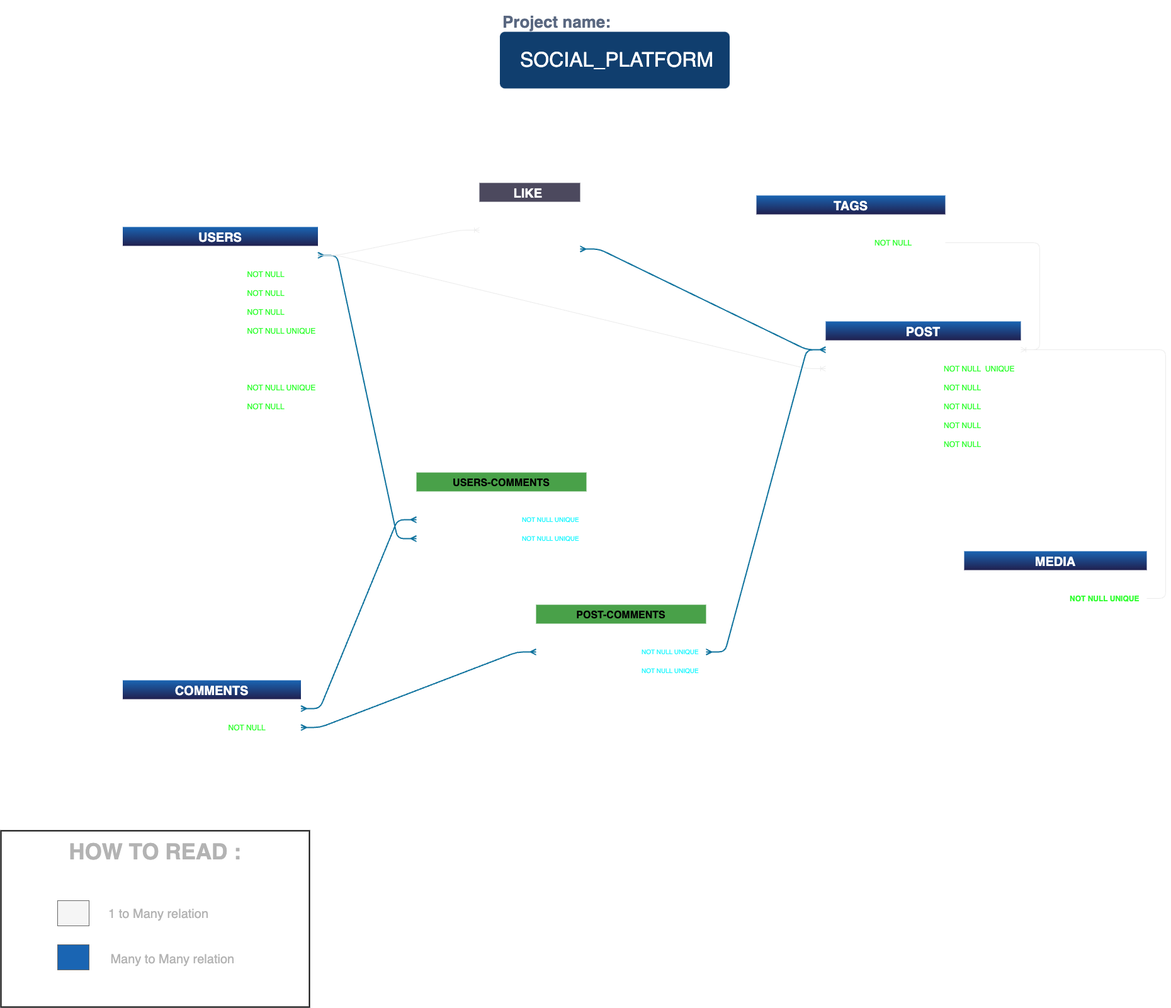
RaffaeleVallifuoco/social-platform keeps this draw.io diagram as er_diagram.drawio.png. Above is the earlier version. Source tidied: cells renumbered, new cells last; positions are measured from the earlier drawing's top-left corner, leaving out a move shared by most shapes.
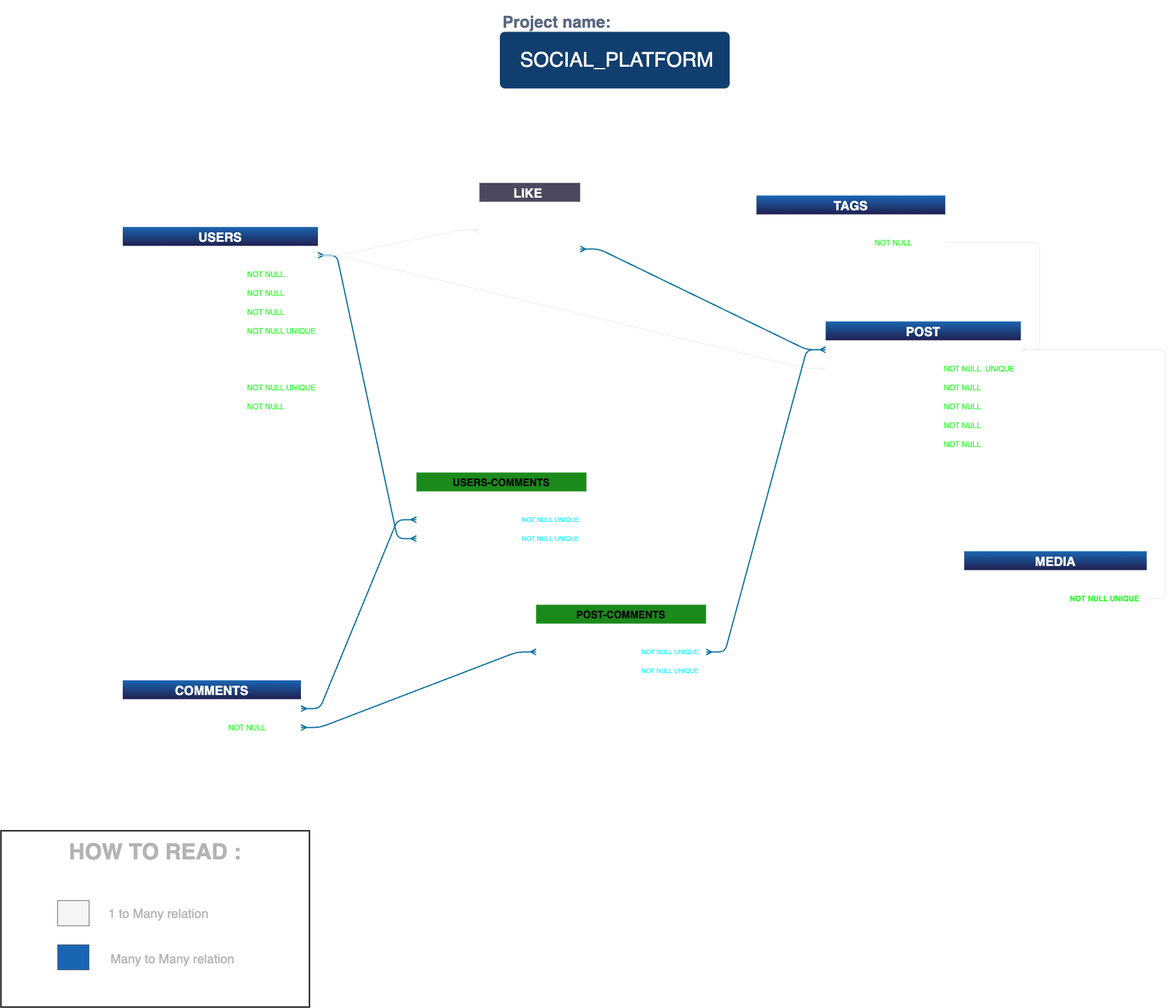
After the change.

Change to the diagram source:
```diff
@@ -8,7 +8,7 @@
     <mxCell id="3" value="&lt;font style=&quot;font-size: 32px;&quot;&gt;SOCIAL_PLATFORM&lt;/font&gt;" style="rounded=1;arcSize=9;fillColor=#103E6E;align=center;spacingLeft=5;strokeColor=#DEE1E6;html=1;strokeWidth=0;fontSize=12;fontColor=#FFFFFF;" parent="1" vertex="1">
       <mxGeometry x="792.5" y="50" width="365" height="90" as="geometry" />
     </mxCell>
-    <mxCell id="4" value="USERS" style="shape=table;startSize=30;rowLines=0;fontStyle=1;align=center;fontSize=20;fontColor=#FFFFFF;fillColor=#1A65B3;gradientColor=#20204F;gradientDirection=south;strokeColor=none;" parent="1" vertex="1">
+    <mxCell id="4" value="USERS" style="shape=table;startSize=30;rowLines=0;fontStyle=1;align=center;fontSize=20;fontColor=#FFFFFF;fillColor=#1A65B3;gradientColor=#20204F;gradientDirection=south;strokeColor=none;labelBorderColor=none;" parent="1" vertex="1">
       <mxGeometry x="193.5" y="360" width="310" height="300" as="geometry" />
     </mxCell>
     <mxCell id="5" style="shape=tableRow;horizontal=0;startSize=0;swimlaneHead=0;swimlaneBody=0;fillColor=none;points=[[0,0.5],[1,0.5]];portConstraint=eastwest;top=0;left=0;right=0;bottom=0;fontSize=22;fontColor=#FFFFFF;" parent="4" vertex="1">
@@ -365,7 +365,7 @@
     <mxCell id="122" value="NOT NULL" style="shape=partialRectangle;fillColor=none;top=0;left=0;bottom=0;right=0;align=left;spacingLeft=6;overflow=hidden;fontSize=12;fontColor=#33FF33;" parent="119" vertex="1">
       <mxGeometry x="160" width="123" height="30" as="geometry" />
     </mxCell>
-    <mxCell id="123" value="USERS-COMMENTS" style="shape=table;startSize=30;rowLines=0;fontStyle=1;align=center;fontSize=16;fontColor=default;fillColor=#1B8A1B;rounded=0;shadow=0;strokeColor=none;strokeWidth=1;opacity=80;" parent="1" vertex="1">
+    <mxCell id="123" value="USERS-COMMENTS" style="shape=table;startSize=30;rowLines=0;fontStyle=1;align=center;fontSize=16;fontColor=default;fillColor=#1B8A1B;rounded=0;shadow=0;strokeColor=none;strokeWidth=1;" parent="1" vertex="1">
       <mxGeometry x="660" y="750" width="270" height="120" as="geometry" />
     </mxCell>
     <mxCell id="124" style="shape=tableRow;horizontal=0;startSize=0;swimlaneHead=0;swimlaneBody=0;fillColor=none;top=0;left=0;right=0;bottom=0;fontSize=22;fontColor=#FFFFFF;" parent="123" vertex="1">
@@ -413,7 +413,7 @@
     <mxCell id="138" style="edgeStyle=entityRelationEdgeStyle;fontSize=12;html=1;endArrow=ERoneToMany;fontFamily=Helvetica;fontColor=default;entryX=0;entryY=0.5;entryDx=0;entryDy=0;fillColor=#f5f5f5;strokeColor=#EBEBEB;" parent="1" edge="1" source="5" target="46">
       <mxGeometry relative="1" as="geometry" />
     </mxCell>
-    <mxCell id="139" value="POST-COMMENTS" style="shape=table;startSize=30;rowLines=0;fontStyle=1;align=center;fontSize=16;fontColor=default;fillColor=#1B8A1B;rounded=0;shadow=0;strokeColor=none;strokeWidth=1;opacity=80;" parent="1" vertex="1">
+    <mxCell id="139" value="POST-COMMENTS" style="shape=table;startSize=30;rowLines=0;fontStyle=1;align=center;fontSize=16;fontColor=default;fillColor=#1B8A1B;rounded=0;shadow=0;strokeColor=none;strokeWidth=1;" parent="1" vertex="1">
       <mxGeometry x="850" y="960" width="270" height="120" as="geometry" />
     </mxCell>
     <mxCell id="140" style="shape=tableRow;horizontal=0;startSize=0;swimlaneHead=0;swimlaneBody=0;fillColor=none;top=0;left=0;right=0;bottom=0;fontSize=22;fontColor=#FFFFFF;" parent="139" vertex="1">
```
